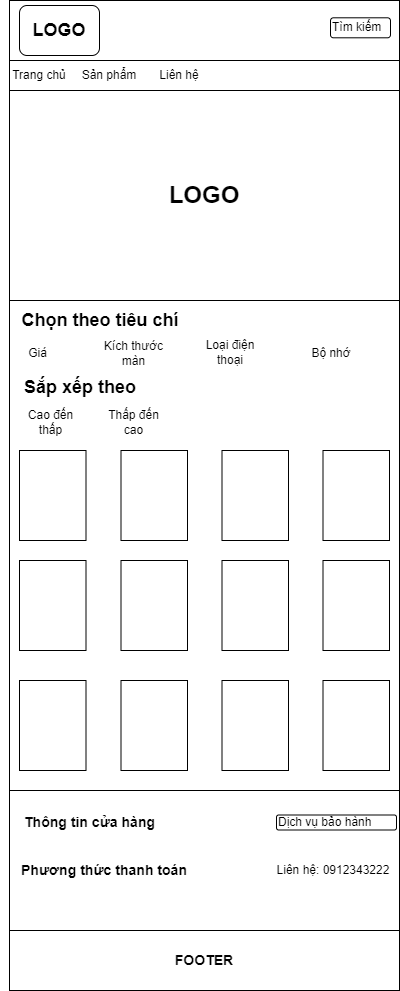
Earlier version of the draw.io export img/San pham-MOBILE.png (NguyenHocPH36330/Web106_HocNC). Source tidied: cells renumbered, new cells last; positions are measured from the earlier drawing's top-left corner, leaving out a move shared by most shapes.
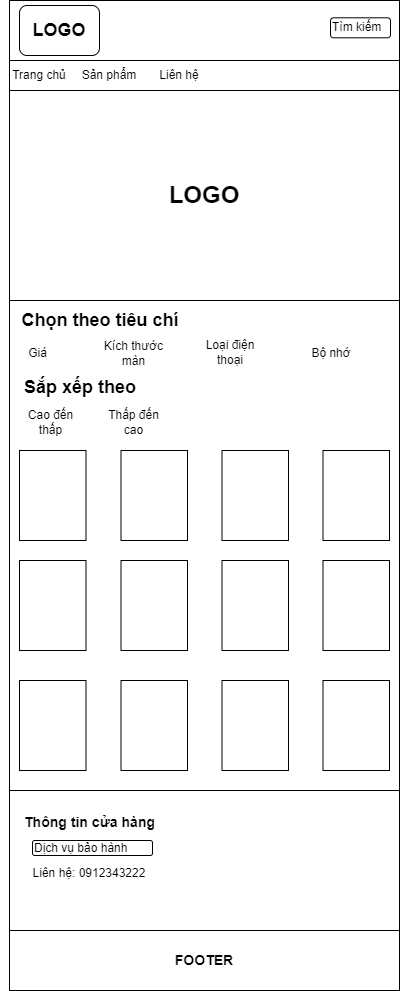
The same diagram one commit later.

The edit, as a diff of the source:
```diff
@@ -84,16 +84,13 @@
       <mxGeometry x="9" y="790" width="390" height="140" as="geometry" />
     </mxCell>
     <mxCell id="29" value="Dịch vụ bảo hành" style="rounded=1;whiteSpace=wrap;html=1;align=left;" parent="1" vertex="1">
-      <mxGeometry x="276" y="814.5" width="120" height="15" as="geometry" />
+      <mxGeometry x="32" y="840" width="120" height="15" as="geometry" />
     </mxCell>
-    <mxCell id="30" value="&lt;h3&gt;Phương thức thanh toán&lt;/h3&gt;" style="text;html=1;align=center;verticalAlign=middle;whiteSpace=wrap;rounded=0;" parent="1" vertex="1">
-      <mxGeometry x="19" y="855" width="170" height="30" as="geometry" />
-    </mxCell>
     <mxCell id="31" value="&lt;h3&gt;Thông tin cửa hàng&lt;/h3&gt;" style="text;html=1;align=left;verticalAlign=middle;whiteSpace=wrap;rounded=0;" parent="1" vertex="1">
       <mxGeometry x="22" y="807" width="140" height="30" as="geometry" />
     </mxCell>
     <mxCell id="32" value="Liên hệ: 0912343222" style="text;html=1;align=center;verticalAlign=middle;whiteSpace=wrap;rounded=0;" parent="1" vertex="1">
-      <mxGeometry x="267" y="855" width="132" height="30" as="geometry" />
+      <mxGeometry x="23" y="858" width="132" height="30" as="geometry" />
     </mxCell>
     <mxCell id="33" value="&lt;h2&gt;Sắp xếp theo&lt;/h2&gt;" style="text;html=1;strokeColor=none;fillColor=none;align=left;verticalAlign=middle;whiteSpace=wrap;rounded=0;" parent="1" vertex="1">
       <mxGeometry x="22" y="367" width="200" height="40" as="geometry" />
```
